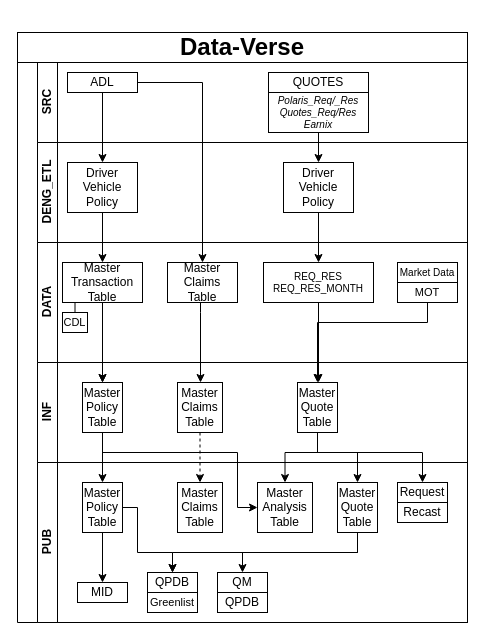
The draw.io diagram Untitled Diagram.drawio in hello-ImAlbert/its-all-about-the-code, before the edit. Source tidied: cells renumbered, new cells numbered last; positions are measured from the earlier drawing's top-left corner, leaving out a move shared by most shapes. Both pictures are drawn from the tidied source at 100%, with x=0, y=0 at pixel (17, 32).
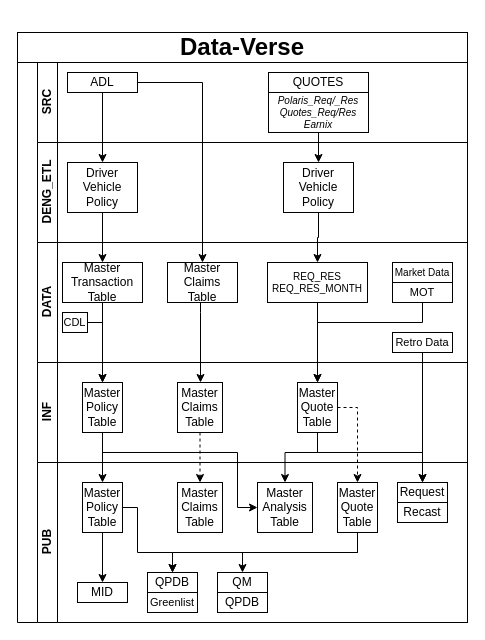
After the change.

The change refers to these unchanged cells:
```xml
<mxCell id="2" style="swimlane;html=1;horizontal=0;startSize=20;fontSize=11;" parent="1" vertex="1">
  <mxGeometry y="30" width="450" height="560" as="geometry" />
</mxCell>
<mxCell id="10" value="DATA" style="swimlane;html=1;startSize=20;horizontal=0;" parent="2" vertex="1">
  <mxGeometry x="20" y="180" width="430" height="120" as="geometry" />
</mxCell>
<mxCell id="16" value="CDL" style="rounded=0;whiteSpace=wrap;html=1;fontSize=11;" parent="10" vertex="1">
  <mxGeometry x="25" y="70" width="25" height="20" as="geometry" />
</mxCell>
<mxCell id="24" value="Master Policy Table" style="rounded=0;whiteSpace=wrap;html=1;" parent="23" vertex="1">
  <mxGeometry x="45" y="20" width="40" height="50" as="geometry" />
</mxCell>
<mxCell id="25" value="Master Quote Table" style="rounded=0;whiteSpace=wrap;html=1;" parent="23" vertex="1">
  <mxGeometry x="260" y="20" width="40" height="50" as="geometry" />
</mxCell>
<mxCell id="38" value="Master Quote Table" style="rounded=0;whiteSpace=wrap;html=1;" parent="33" vertex="1">
  <mxGeometry x="300" y="20" width="40" height="50" as="geometry" />
</mxCell>
<mxCell id="40" value="Request" style="rounded=0;whiteSpace=wrap;html=1;" parent="33" vertex="1">
  <mxGeometry x="360" y="20" width="50" height="20" as="geometry" />
</mxCell>
```

Diff of the diagram source:
```diff
@@
     <mxCell id="12" value="REQ_RES&lt;br style=&quot;font-size: 10px;&quot;&gt;REQ_RES_MONTH" style="rounded=0;whiteSpace=wrap;html=1;fontSize=10;" parent="10" vertex="1">
-      <mxGeometry x="226" y="20" width="110" height="40" as="geometry" />
+      <mxGeometry x="230" y="20" width="100" height="40" as="geometry" />
     </mxCell>
@@
     <mxCell id="14" value="Market Data" style="rounded=0;whiteSpace=wrap;html=1;fontSize=10;" parent="10" vertex="1">
-      <mxGeometry x="360" y="20" width="60" height="20" as="geometry" />
+      <mxGeometry x="355" y="20" width="60" height="20" as="geometry" />
     </mxCell>
     <mxCell id="15" value="MOT" style="rounded=0;whiteSpace=wrap;html=1;fontSize=11;" parent="10" vertex="1">
-      <mxGeometry x="360" y="40" width="60" height="20" as="geometry" />
+      <mxGeometry x="355" y="40" width="60" height="20" as="geometry" />
     </mxCell>
@@
+    <mxCell id="55" value="Retro Data" style="rounded=0;whiteSpace=wrap;html=1;fontSize=11;" parent="10" vertex="1">
+      <mxGeometry x="355" y="90" width="60" height="20" as="geometry" />
+    </mxCell>
@@
-    <mxCell id="29" style="edgeStyle=orthogonalEdgeStyle;rounded=0;jettySize=auto;html=1;entryX=0.5;entryY=0;entryDx=0;entryDy=0;" parent="2" edge="1" source="15" target="25">
-      <mxGeometry relative="1" as="geometry">
-        <Array as="points">
-          <mxPoint x="410" y="260" />
-          <mxPoint x="300" y="260" />
-        </Array>
-      </mxGeometry>
-    </mxCell>
     <mxCell id="30" style="edgeStyle=orthogonalEdgeStyle;rounded=0;jettySize=auto;html=1;fontSize=11;" parent="2" edge="1" source="16" target="24">
       <mxGeometry relative="1" as="geometry">
         <Array as="points">
-          <mxPoint x="85" y="240" />
+          <mxPoint x="85" y="260" />
         </Array>
       </mxGeometry>
     </mxCell>
@@
+    <mxCell id="29" style="edgeStyle=orthogonalEdgeStyle;rounded=0;jettySize=auto;html=1;fontSize=11;" parent="2" edge="1" source="15" target="25">
+      <mxGeometry relative="1" as="geometry">
+        <Array as="points">
+          <mxPoint x="405" y="260" />
+          <mxPoint x="300" y="260" />
+        </Array>
+      </mxGeometry>
+    </mxCell>
@@
-    <mxCell id="50" style="edgeStyle=orthogonalEdgeStyle;rounded=0;jettySize=auto;html=1;" parent="1" edge="1" source="25" target="38">
+    <mxCell id="50" style="edgeStyle=orthogonalEdgeStyle;rounded=0;jettySize=auto;html=1;dashed=1;" parent="1" edge="1" source="25" target="38">
       <mxGeometry relative="1" as="geometry">
         <Array as="points">
-          <mxPoint x="300" y="420" />
-          <mxPoint x="340" y="420" />
+          <mxPoint x="340" y="375" />
         </Array>
       </mxGeometry>
     </mxCell>
@@
+    <mxCell id="56" style="edgeStyle=orthogonalEdgeStyle;rounded=0;jettySize=auto;html=1;entryX=0.5;entryY=0;entryDx=0;entryDy=0;fontSize=11;" parent="1" edge="1" source="55" target="40">
+      <mxGeometry relative="1" as="geometry" />
+    </mxCell>
```
